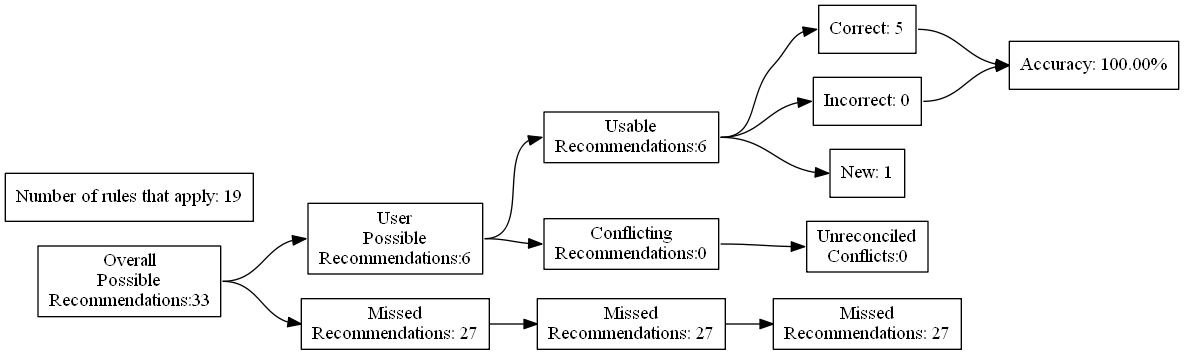
This is test_renders/112.gv.png from ZaxR/ibd_diet_analysis, a Graphviz export, as it was before one commit. Its source is kept beside it as test_renders/112.gv.
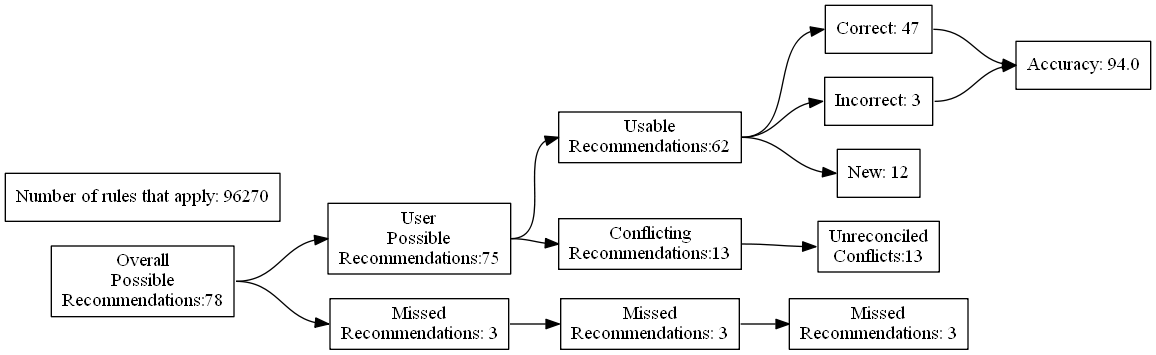
Above is the later version.

What changed in the source:
```diff
@@ -4,27 +4,27 @@
 	edge [headport=w tailport=e]
 		A [label="Overall
 Possible
-Recommendations:33"]
+Recommendations:78"]
 		B [label="User
 Possible
-Recommendations:6"]
+Recommendations:75"]
 		C [label="Missed
-Recommendations: 27"]
+Recommendations: 3"]
 		D [label="Usable
-Recommendations:6"]
+Recommendations:62"]
 		E [label="Conflicting
-Recommendations:0"]
+Recommendations:13"]
 		J [label="Missed
-Recommendations: 27"]
+Recommendations: 3"]
 		M [label="Unreconciled
-Conflicts:0"]
-		F [label="Correct: 5"]
-		G [label="Incorrect: 0"]
-		H [label="New: 1"]
+Conflicts:13"]
+		F [label="Correct: 47"]
+		G [label="Incorrect: 3"]
+		H [label="New: 12"]
 		K [label="Missed
-Recommendations: 27"]
-		I [label="Accuracy: 100.00%"]
-		l [label="Number of rules that apply: 19"]
+Recommendations: 3"]
+		I [label="Accuracy: 94.0"]
+		l [label="Number of rules that apply: 96270"]
 			A -> B
 			A -> C
 			B -> D
```
